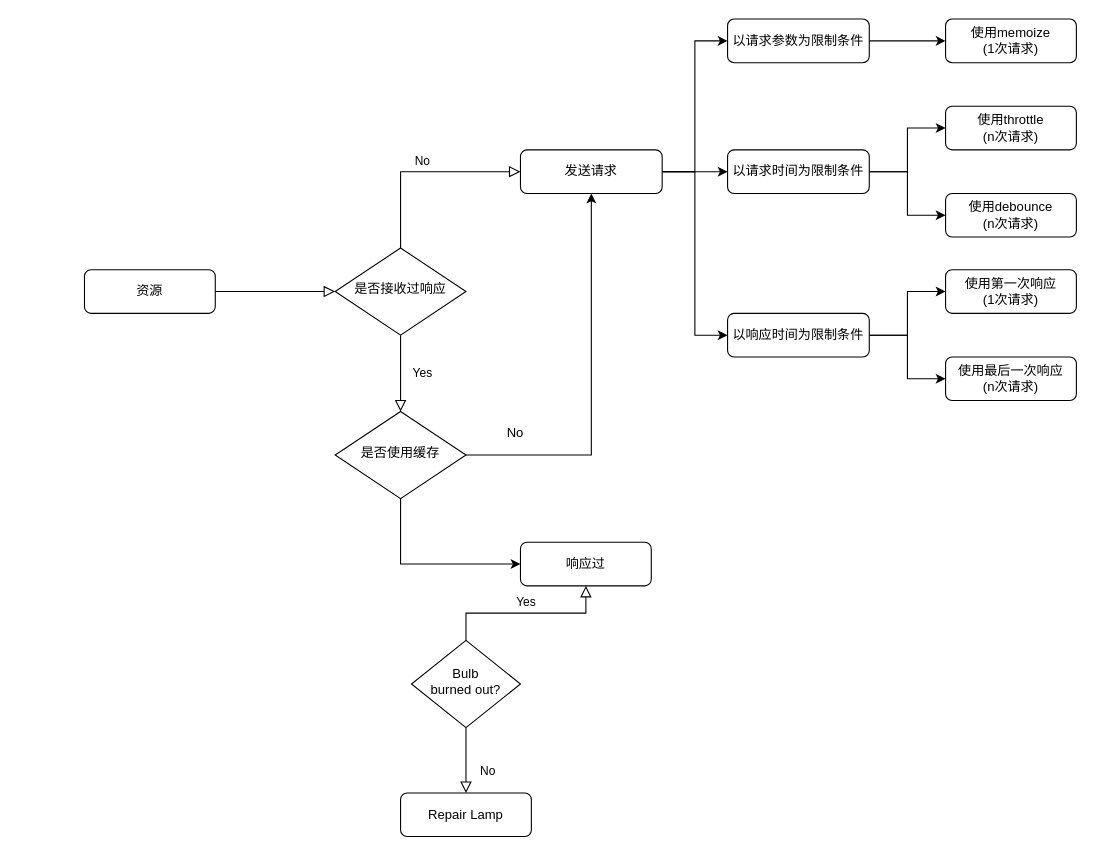
Before: Untitled Diagram.drawio in stephenliu1944/diagrams, a draw.io diagram. Source tidied: cells renumbered, new cells numbered last; positions are measured from the earlier drawing's top-left corner, leaving out a move shared by most shapes. Both pictures are drawn from the tidied source at 109%, with x=0, y=0 at pixel (84, 19).
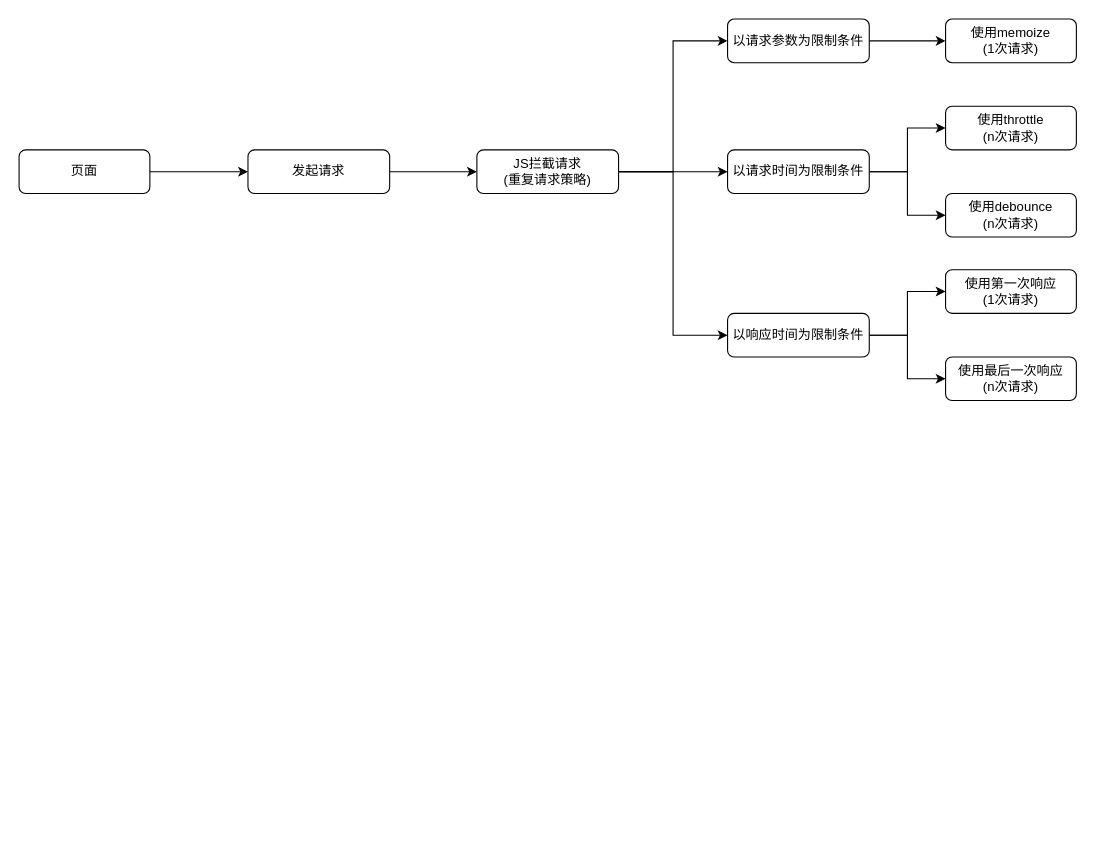
After the change.

Unchanged cells that the change refers to:
```xml
<mxCell id="18" value="以响应时间为限制条件" style="rounded=1;whiteSpace=wrap;html=1;fontSize=12;glass=0;strokeWidth=1;shadow=0;" parent="1" vertex="1">
  <mxGeometry x="590" y="270" width="130" height="40" as="geometry" />
</mxCell>
<mxCell id="29" value="以请求时间为限制条件" style="rounded=1;whiteSpace=wrap;html=1;fontSize=12;glass=0;strokeWidth=1;shadow=0;" parent="1" vertex="1">
  <mxGeometry x="590" y="120" width="130" height="40" as="geometry" />
</mxCell>
<mxCell id="31" value="以请求参数为限制条件" style="rounded=1;whiteSpace=wrap;html=1;fontSize=12;glass=0;strokeWidth=1;shadow=0;" parent="1" vertex="1">
  <mxGeometry x="590" width="130" height="40" as="geometry" />
</mxCell>
```

Diff of the diagram source:
```diff
@@
-    <mxCell id="2" style="rounded=0;html=1;jettySize=auto;fontSize=11;endArrow=block;endFill=0;endSize=8;strokeWidth=1;shadow=0;labelBackgroundColor=none;edgeStyle=orthogonalEdgeStyle;" parent="1" edge="1" source="3" target="6">
-      <mxGeometry relative="1" as="geometry" />
-    </mxCell>
+    <mxCell id="33" style="edgeStyle=orthogonalEdgeStyle;rounded=0;jettySize=auto;html=1;" parent="1" edge="1" source="3" target="15">
+      <mxGeometry relative="1" as="geometry" />
+    </mxCell>
-    <mxCell id="3" value="资源" style="rounded=1;whiteSpace=wrap;html=1;fontSize=12;glass=0;strokeWidth=1;shadow=0;" parent="1" vertex="1">
-      <mxGeometry y="230" width="120" height="40" as="geometry" />
+    <mxCell id="3" value="页面" style="rounded=1;whiteSpace=wrap;html=1;fontSize=12;glass=0;strokeWidth=1;shadow=0;" parent="1" vertex="1">
+      <mxGeometry x="-60" y="120" width="120" height="40" as="geometry" />
     </mxCell>
-    <mxCell id="4" value="Yes" style="rounded=0;html=1;jettySize=auto;fontSize=11;endArrow=block;endFill=0;endSize=8;strokeWidth=1;shadow=0;labelBackgroundColor=none;edgeStyle=orthogonalEdgeStyle;entryX=0.5;entryY=0;entryDx=0;entryDy=0;exitX=0.5;exitY=1;exitDx=0;exitDy=0;" parent="1" edge="1" source="6" target="25">
-      <mxGeometry y="20" relative="1" as="geometry" />
-    </mxCell>
-    <mxCell id="5" value="No" style="edgeStyle=orthogonalEdgeStyle;rounded=0;html=1;jettySize=auto;fontSize=11;endArrow=block;endFill=0;endSize=8;strokeWidth=1;shadow=0;labelBackgroundColor=none;exitX=0.5;exitY=0;exitDx=0;exitDy=0;entryX=0;entryY=0.5;entryDx=0;entryDy=0;" parent="1" edge="1" source="6" target="15">
-      <mxGeometry y="10" relative="1" as="geometry" />
-    </mxCell>
-    <mxCell id="6" value="是否接收过响应" style="rhombus;whiteSpace=wrap;html=1;shadow=0;fontFamily=Helvetica;fontSize=12;align=center;strokeWidth=1;spacing=6;spacingTop=-4;" parent="1" vertex="1">
-      <mxGeometry x="230" y="210" width="120" height="80" as="geometry" />
-    </mxCell>
-    <mxCell id="7" value="No" style="rounded=0;html=1;jettySize=auto;fontSize=11;endArrow=block;endFill=0;endSize=8;strokeWidth=1;shadow=0;labelBackgroundColor=none;edgeStyle=orthogonalEdgeStyle;" parent="1" edge="1" source="9" target="10">
-      <mxGeometry x="0.33" y="20" relative="1" as="geometry" />
-    </mxCell>
-    <mxCell id="8" value="Yes" style="edgeStyle=orthogonalEdgeStyle;rounded=0;html=1;jettySize=auto;fontSize=11;endArrow=block;endFill=0;endSize=8;strokeWidth=1;shadow=0;labelBackgroundColor=none;" parent="1" edge="1" source="9" target="11">
-      <mxGeometry y="10" relative="1" as="geometry" />
-    </mxCell>
-    <mxCell id="9" value="Bulb&lt;br&gt;burned out?" style="rhombus;whiteSpace=wrap;html=1;shadow=0;fontFamily=Helvetica;fontSize=12;align=center;strokeWidth=1;spacing=6;spacingTop=-4;" parent="1" vertex="1">
-      <mxGeometry x="300" y="570" width="100" height="80" as="geometry" />
-    </mxCell>
-    <mxCell id="10" value="Repair Lamp" style="rounded=1;whiteSpace=wrap;html=1;fontSize=12;glass=0;strokeWidth=1;shadow=0;" parent="1" vertex="1">
-      <mxGeometry x="290" y="710" width="120" height="40" as="geometry" />
-    </mxCell>
-    <mxCell id="11" value="响应过" style="rounded=1;whiteSpace=wrap;html=1;fontSize=12;glass=0;strokeWidth=1;shadow=0;" parent="1" vertex="1">
-      <mxGeometry x="400" y="480" width="120" height="40" as="geometry" />
-    </mxCell>
-    <mxCell id="12" style="edgeStyle=orthogonalEdgeStyle;rounded=0;jettySize=auto;html=1;entryX=0;entryY=0.5;entryDx=0;entryDy=0;" parent="1" edge="1" source="15" target="18">
+    <mxCell id="12" style="edgeStyle=orthogonalEdgeStyle;rounded=0;jettySize=auto;html=1;entryX=0;entryY=0.5;entryDx=0;entryDy=0;exitX=1;exitY=0.5;exitDx=0;exitDy=0;" parent="1" edge="1" source="35" target="18">
       <mxGeometry relative="1" as="geometry" />
     </mxCell>
-    <mxCell id="13" style="edgeStyle=orthogonalEdgeStyle;rounded=0;jettySize=auto;html=1;entryX=0;entryY=0.5;entryDx=0;entryDy=0;" parent="1" edge="1" source="15" target="29">
+    <mxCell id="13" style="edgeStyle=orthogonalEdgeStyle;rounded=0;jettySize=auto;html=1;entryX=0;entryY=0.5;entryDx=0;entryDy=0;exitX=1;exitY=0.5;exitDx=0;exitDy=0;" parent="1" edge="1" source="35" target="29">
       <mxGeometry relative="1" as="geometry" />
     </mxCell>
-    <mxCell id="14" style="edgeStyle=orthogonalEdgeStyle;rounded=0;jettySize=auto;html=1;entryX=0;entryY=0.5;entryDx=0;entryDy=0;" parent="1" edge="1" source="15" target="31">
+    <mxCell id="14" style="edgeStyle=orthogonalEdgeStyle;rounded=0;jettySize=auto;html=1;entryX=0;entryY=0.5;entryDx=0;entryDy=0;exitX=1;exitY=0.5;exitDx=0;exitDy=0;" parent="1" edge="1" source="35" target="31">
       <mxGeometry relative="1" as="geometry" />
     </mxCell>
+    <mxCell id="34" style="edgeStyle=orthogonalEdgeStyle;rounded=0;jettySize=auto;html=1;" parent="1" edge="1" source="15" target="35">
+      <mxGeometry relative="1" as="geometry" />
+    </mxCell>
-    <mxCell id="15" value="发送请求" style="rounded=1;whiteSpace=wrap;html=1;fontSize=12;glass=0;strokeWidth=1;shadow=0;" parent="1" vertex="1">
-      <mxGeometry x="400" y="120" width="130" height="40" as="geometry" />
+    <mxCell id="15" value="发起请求" style="rounded=1;whiteSpace=wrap;html=1;fontSize=12;glass=0;strokeWidth=1;shadow=0;" parent="1" vertex="1">
+      <mxGeometry x="150" y="120" width="130" height="40" as="geometry" />
     </mxCell>
@@
-    <mxCell id="23" style="edgeStyle=orthogonalEdgeStyle;rounded=0;jettySize=auto;html=1;entryX=0.5;entryY=1;entryDx=0;entryDy=0;" parent="1" edge="1" source="25" target="15">
-      <mxGeometry relative="1" as="geometry" />
-    </mxCell>
-    <mxCell id="24" style="edgeStyle=orthogonalEdgeStyle;rounded=0;jettySize=auto;html=1;entryX=0;entryY=0.5;entryDx=0;entryDy=0;" parent="1" edge="1" source="25" target="11">
-      <mxGeometry relative="1" as="geometry">
-        <Array as="points">
-          <mxPoint x="290" y="500" />
-        </Array>
-      </mxGeometry>
-    </mxCell>
-    <mxCell id="25" value="是否使用缓存" style="rhombus;whiteSpace=wrap;html=1;shadow=0;fontFamily=Helvetica;fontSize=12;align=center;strokeWidth=1;spacing=6;spacingTop=-4;" parent="1" vertex="1">
-      <mxGeometry x="230" y="360" width="120" height="80" as="geometry" />
-    </mxCell>
-    <mxCell id="26" value="No" style="text;html=1;align=center;verticalAlign=middle;" parent="1" vertex="1">
-      <mxGeometry x="380" y="370" width="30" height="20" as="geometry" />
-    </mxCell>
@@
+    <mxCell id="35" value="JS拦截请求&lt;br&gt;(重复请求策略)" style="rounded=1;whiteSpace=wrap;html=1;fontSize=12;glass=0;strokeWidth=1;shadow=0;" parent="1" vertex="1">
+      <mxGeometry x="360" y="120" width="130" height="40" as="geometry" />
+    </mxCell>
```
